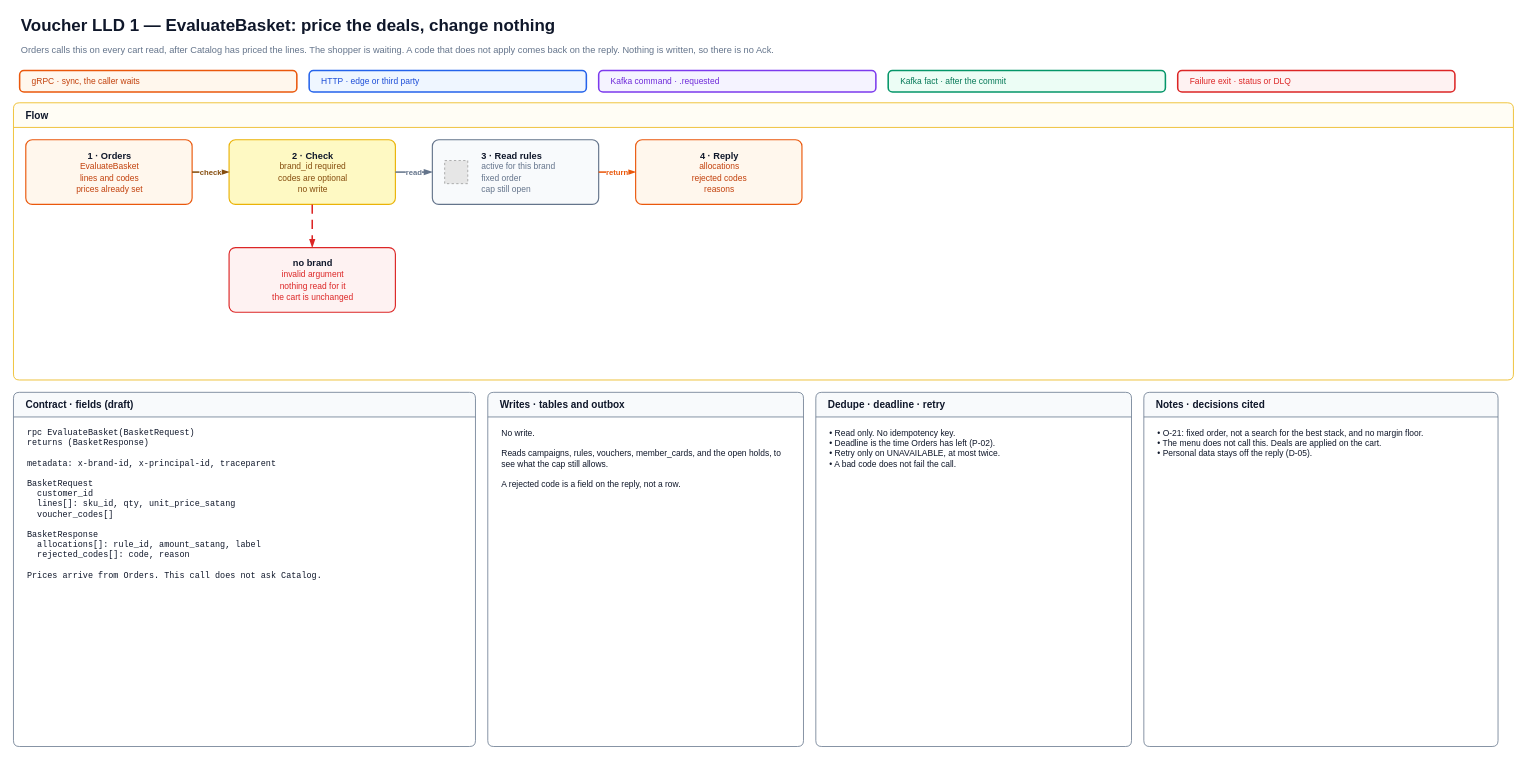
Above: page "1 · EvaluateBasket" (1 of 7) of voucher-and-campaign-diagrams/voucher-campaign-lld.drawio in Leakageonthelamp/nexa-platform-achitecture (draw.io), before the change. Source tidied: cells renumbered, new cells numbered last; positions are measured from the earlier drawing's top-left corner, leaving out a move shared by most shapes. Both pictures are drawn from the tidied source at 77%, with x=0, y=0 at pixel (13, 13). Pictures stored in the file or linked from it are replaced by grey dashed boxes.
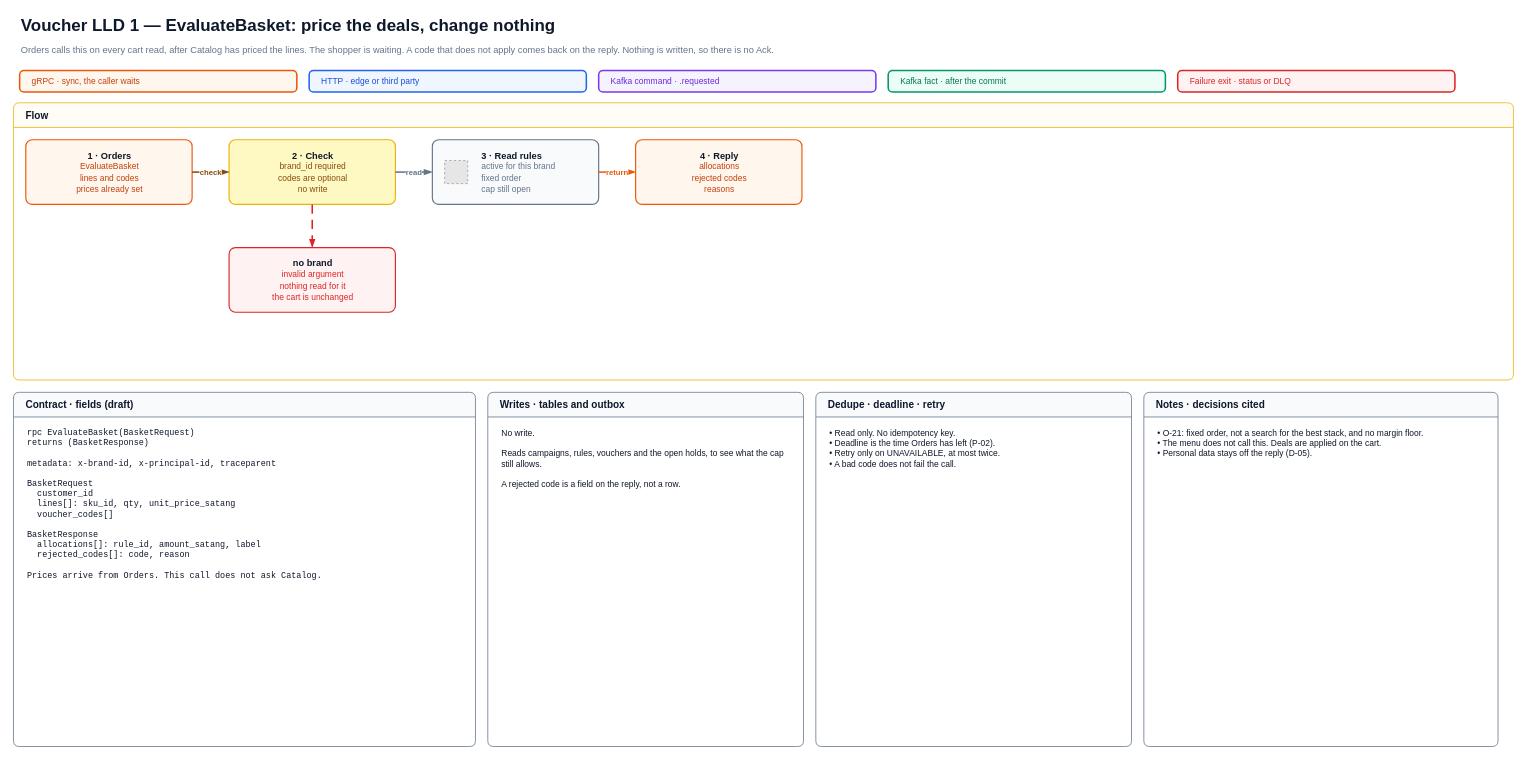
Above is the later version.

The change refers to these unchanged cells:
```xml
<mxCell id="22" value="Writes · tables and outbox" style="swimlane;startSize=32;rounded=1;arcSize=8;html=1;whiteSpace=wrap;fontFamily=Arial;fontSize=13;fontStyle=1;fontColor=#0F172A;horizontal=1;align=left;spacingLeft=14;fillColor=#F8FAFC;strokeColor=#64748B;" parent="1" vertex="1">
  <mxGeometry x="616" y="492" width="410" height="460" as="geometry" />
</mxCell>
```

The edit, as a diff of the source:
```diff
@@
-    <mxCell id="23" value="No write.&lt;br&gt;&lt;br&gt;Reads campaigns, rules, vouchers, member_cards, and the open holds, to see what the cap still allows.&lt;br&gt;&lt;br&gt;A rejected code is a field on the reply, not a row." style="text;html=1;whiteSpace=wrap;align=left;verticalAlign=top;fontSize=11;fontColor=#0F172A;fontFamily=Arial;" parent="22" vertex="1">
+    <mxCell id="23" value="No write.&lt;br&gt;&lt;br&gt;Reads campaigns, rules, vouchers and the open holds, to see what the cap still allows.&lt;br&gt;&lt;br&gt;A rejected code is a field on the reply, not a row." style="text;html=1;whiteSpace=wrap;align=left;verticalAlign=top;fontSize=11;fontColor=#0F172A;fontFamily=Arial;" parent="22" vertex="1">
       <mxGeometry x="16" y="40" width="378" height="404" as="geometry" />
     </mxCell>
```
